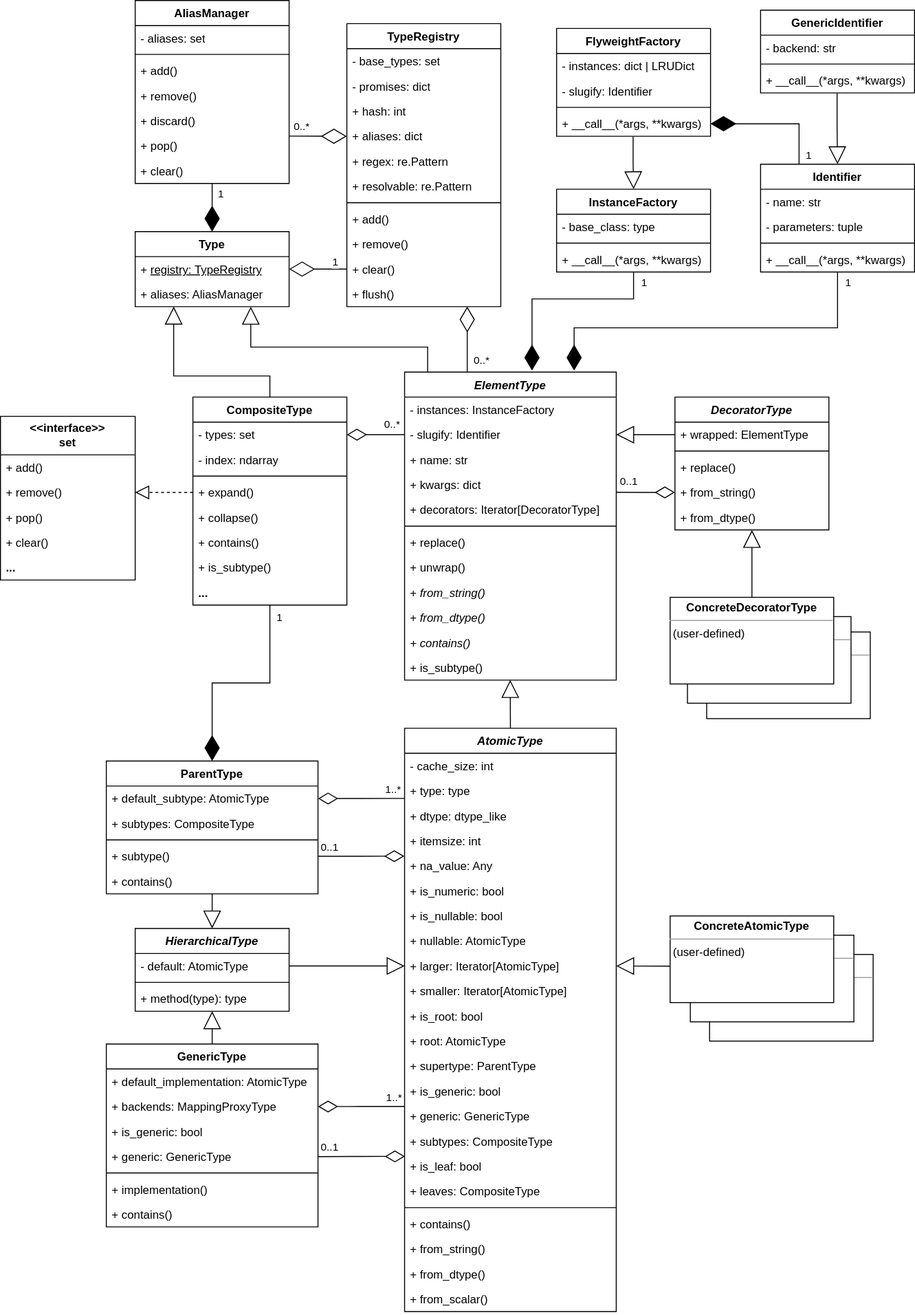
Above: docs/source/images/types/Types_UML.svg in eerkela/bertrand (draw.io), before the change. Source tidied: cells renumbered, new cells last; positions are measured from the earlier drawing's top-left corner, leaving out a move shared by most shapes.
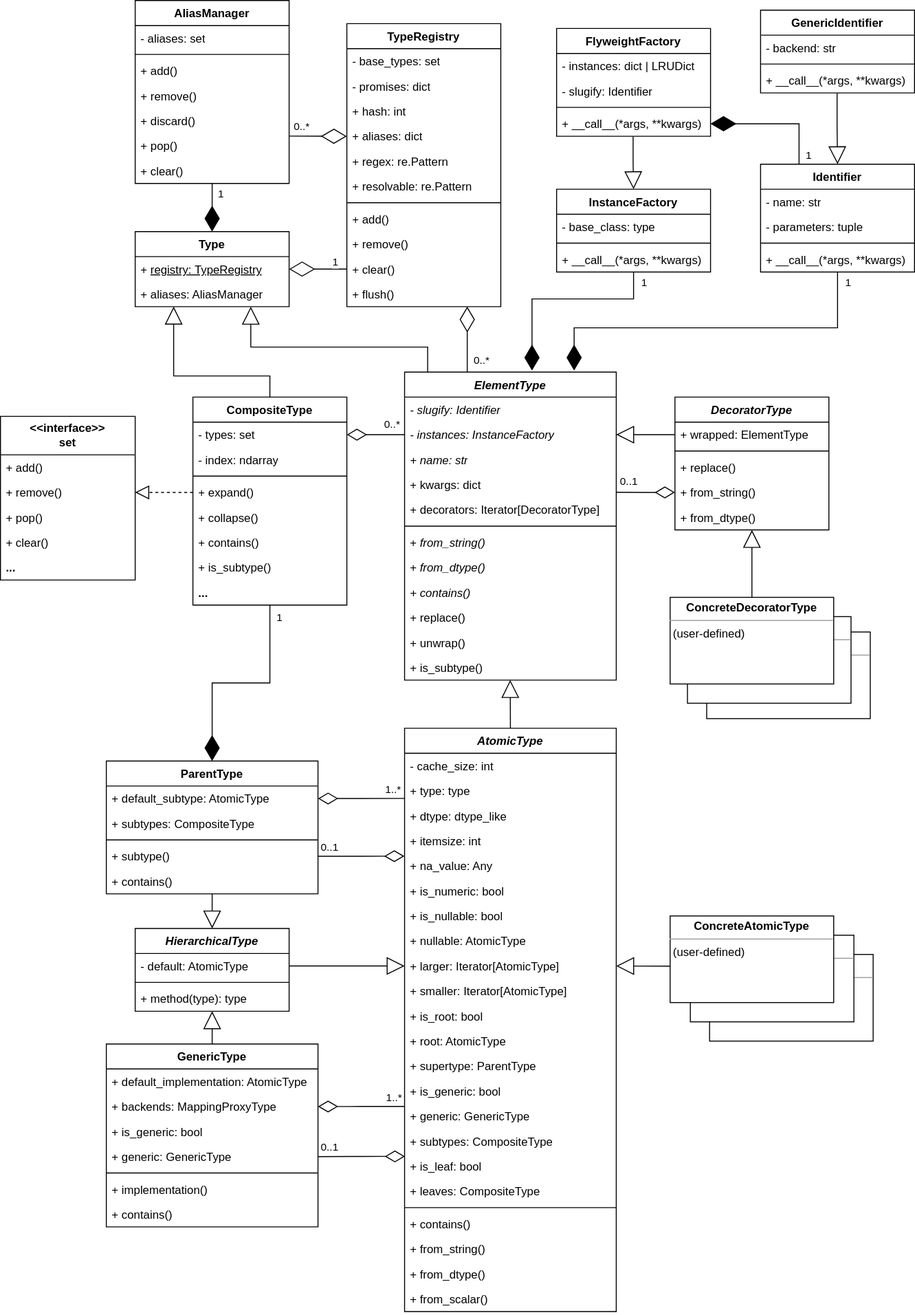
Above is the later version.

What changed in the source:
```diff
@@ -26,13 +26,13 @@
     <mxCell id="9" value="&lt;i&gt;ElementType&lt;/i&gt;" style="swimlane;fontStyle=1;align=center;verticalAlign=top;horizontal=1;startSize=26;whiteSpace=wrap;html=1;swimlaneFillColor=none;gradientColor=none;" parent="1" vertex="1">
       <mxGeometry x="420" y="386" width="220" height="320" as="geometry" />
     </mxCell>
+    <mxCell id="11" value="- slugify: Identifier" style="text;strokeColor=none;fillColor=none;align=left;verticalAlign=top;spacingLeft=4;spacingRight=4;overflow=hidden;points=[[0,0.5],[1,0.5]];portConstraint=eastwest;whiteSpace=wrap;html=1;fontStyle=2;" parent="9" vertex="1">
+      <mxGeometry y="26" width="220" height="26" as="geometry" />
+    </mxCell>
-    <mxCell id="10" value="- instances: InstanceFactory" style="text;strokeColor=none;fillColor=none;align=left;verticalAlign=top;spacingLeft=4;spacingRight=4;overflow=hidden;points=[[0,0.5],[1,0.5]];portConstraint=eastwest;whiteSpace=wrap;html=1;" parent="9" vertex="1">
-      <mxGeometry y="26" width="220" height="26" as="geometry" />
+    <mxCell id="10" value="- instances: InstanceFactory" style="text;strokeColor=none;fillColor=none;align=left;verticalAlign=top;spacingLeft=4;spacingRight=4;overflow=hidden;points=[[0,0.5],[1,0.5]];portConstraint=eastwest;whiteSpace=wrap;html=1;fontStyle=2;" parent="9" vertex="1">
+      <mxGeometry y="52" width="220" height="26" as="geometry" />
     </mxCell>
-    <mxCell id="11" value="- slugify: Identifier" style="text;strokeColor=none;fillColor=none;align=left;verticalAlign=top;spacingLeft=4;spacingRight=4;overflow=hidden;points=[[0,0.5],[1,0.5]];portConstraint=eastwest;whiteSpace=wrap;html=1;" parent="9" vertex="1">
-      <mxGeometry y="52" width="220" height="26" as="geometry" />
-    </mxCell>
-    <mxCell id="12" value="+ name: str" style="text;strokeColor=none;fillColor=none;align=left;verticalAlign=top;spacingLeft=4;spacingRight=4;overflow=hidden;whiteSpace=wrap;html=1;" parent="9" vertex="1">
+    <mxCell id="12" value="+ name: str" style="text;strokeColor=none;fillColor=none;align=left;verticalAlign=top;spacingLeft=4;spacingRight=4;overflow=hidden;whiteSpace=wrap;html=1;fontStyle=2;" parent="9" vertex="1">
       <mxGeometry y="78" width="220" height="26" as="geometry" />
     </mxCell>
     <mxCell id="13" value="+ kwargs: dict" style="text;strokeColor=none;fillColor=none;align=left;verticalAlign=top;spacingLeft=4;spacingRight=4;overflow=hidden;points=[[0,0.5],[1,0.5]];portConstraint=eastwest;whiteSpace=wrap;html=1;" parent="9" vertex="1">
@@ -44,21 +44,21 @@
     <mxCell id="15" style="line;strokeWidth=1;fillColor=none;align=left;verticalAlign=middle;spacingTop=-1;spacingLeft=3;spacingRight=3;labelPosition=right;strokeColor=inherit;" parent="9" vertex="1">
       <mxGeometry y="156" width="220" height="8" as="geometry" />
     </mxCell>
-    <mxCell id="16" value="+ replace()" style="text;strokeColor=none;fillColor=none;align=left;verticalAlign=top;spacingLeft=4;spacingRight=4;overflow=hidden;whiteSpace=wrap;html=1;" parent="9" vertex="1">
-      <mxGeometry y="164" width="220" height="26" as="geometry" />
-    </mxCell>
-    <mxCell id="17" value="+ unwrap()" style="text;strokeColor=none;fillColor=none;align=left;verticalAlign=top;spacingLeft=4;spacingRight=4;overflow=hidden;whiteSpace=wrap;html=1;" parent="9" vertex="1">
-      <mxGeometry y="190" width="220" height="26" as="geometry" />
-    </mxCell>
     <mxCell id="18" value="+ &lt;i&gt;from_string()&lt;/i&gt;" style="text;strokeColor=none;fillColor=none;align=left;verticalAlign=top;spacingLeft=4;spacingRight=4;overflow=hidden;whiteSpace=wrap;html=1;" parent="9" vertex="1">
-      <mxGeometry y="216" width="220" height="26" as="geometry" />
+      <mxGeometry y="164" width="220" height="26" as="geometry" />
     </mxCell>
     <mxCell id="19" value="+ &lt;i&gt;from_dtype()&lt;/i&gt;" style="text;strokeColor=none;fillColor=none;align=left;verticalAlign=top;spacingLeft=4;spacingRight=4;overflow=hidden;whiteSpace=wrap;html=1;" parent="9" vertex="1">
-      <mxGeometry y="242" width="220" height="26" as="geometry" />
+      <mxGeometry y="190" width="220" height="26" as="geometry" />
     </mxCell>
     <mxCell id="20" value="+ contains()" style="text;strokeColor=none;fillColor=none;align=left;verticalAlign=top;spacingLeft=4;spacingRight=4;overflow=hidden;whiteSpace=wrap;html=1;fontStyle=2;" parent="9" vertex="1">
-      <mxGeometry y="268" width="220" height="26" as="geometry" />
+      <mxGeometry y="216" width="220" height="26" as="geometry" />
     </mxCell>
+    <mxCell id="16" value="+ replace()" style="text;strokeColor=none;fillColor=none;align=left;verticalAlign=top;spacingLeft=4;spacingRight=4;overflow=hidden;whiteSpace=wrap;html=1;" parent="9" vertex="1">
+      <mxGeometry y="242" width="220" height="26" as="geometry" />
+    </mxCell>
+    <mxCell id="17" value="+ unwrap()" style="text;strokeColor=none;fillColor=none;align=left;verticalAlign=top;spacingLeft=4;spacingRight=4;overflow=hidden;whiteSpace=wrap;html=1;" parent="9" vertex="1">
+      <mxGeometry y="268" width="220" height="26" as="geometry" />
+    </mxCell>
     <mxCell id="21" value="+ is_subtype()" style="text;strokeColor=none;fillColor=none;align=left;verticalAlign=top;spacingLeft=4;spacingRight=4;overflow=hidden;points=[[0,0.5],[1,0.5]];portConstraint=eastwest;whiteSpace=wrap;html=1;" parent="9" vertex="1">
       <mxGeometry y="294" width="220" height="26" as="geometry" />
     </mxCell>
@@ -196,7 +196,7 @@
         </Array>
       </mxGeometry>
     </mxCell>
-    <mxCell id="64" value="0..*" style="endArrow=none;html=1;endSize=12;startArrow=diamondThin;startSize=18;startFill=0;edgeStyle=orthogonalEdgeStyle;align=center;verticalAlign=middle;rounded=0;endFill=0;labelPosition=center;verticalLabelPosition=middle;horizontal=1;entryX=0;entryY=0.5;entryDx=0;entryDy=0;exitX=1;exitY=0.5;exitDx=0;exitDy=0;" parent="1" edge="1" source="55" target="11">
+    <mxCell id="64" value="0..*" style="endArrow=none;html=1;endSize=12;startArrow=diamondThin;startSize=18;startFill=0;edgeStyle=orthogonalEdgeStyle;align=center;verticalAlign=middle;rounded=0;endFill=0;labelPosition=center;verticalLabelPosition=middle;horizontal=1;entryX=0;entryY=0.5;entryDx=0;entryDy=0;exitX=1;exitY=0.5;exitDx=0;exitDy=0;" parent="1" edge="1" source="55" target="10">
       <mxGeometry x="0.57" y="11" relative="1" as="geometry" />
     </mxCell>
     <mxCell id="65" value="GenericType" style="swimlane;fontStyle=1;align=center;verticalAlign=top;horizontal=1;startSize=26;whiteSpace=wrap;html=1;swimlaneFillColor=none;" parent="1" vertex="1">
@@ -364,7 +364,7 @@
     <mxCell id="115" value="0..1" style="endArrow=none;html=1;endSize=12;startArrow=diamondThin;startSize=18;startFill=0;edgeStyle=orthogonalEdgeStyle;align=center;verticalAlign=middle;rounded=0;endFill=0;labelPosition=center;verticalLabelPosition=middle;horizontal=1;entryX=1;entryY=0.5;entryDx=0;entryDy=0;exitX=-0.001;exitY=0.111;exitDx=0;exitDy=0;exitPerimeter=0;" parent="1" edge="1" source="35" target="112">
       <mxGeometry x="0.72" y="-9" relative="1" as="geometry" />
     </mxCell>
-    <mxCell id="116" style="endArrow=block;endSize=16;endFill=0;html=1;rounded=0;exitX=0;exitY=0.5;exitDx=0;exitDy=0;entryX=1;entryY=0.5;entryDx=0;entryDy=0;" parent="1" edge="1" source="24" target="11">
+    <mxCell id="116" style="endArrow=block;endSize=16;endFill=0;html=1;rounded=0;exitX=0;exitY=0.5;exitDx=0;exitDy=0;entryX=1;entryY=0.5;entryDx=0;entryDy=0;" parent="1" edge="1" source="24" target="10">
       <mxGeometry relative="1" as="geometry" />
     </mxCell>
     <mxCell id="117" value="&lt;i&gt;HierarchicalType&lt;/i&gt;" style="swimlane;fontStyle=1;align=center;verticalAlign=top;horizontal=1;startSize=26;whiteSpace=wrap;html=1;swimlaneFillColor=none;" parent="1" vertex="1">
```
